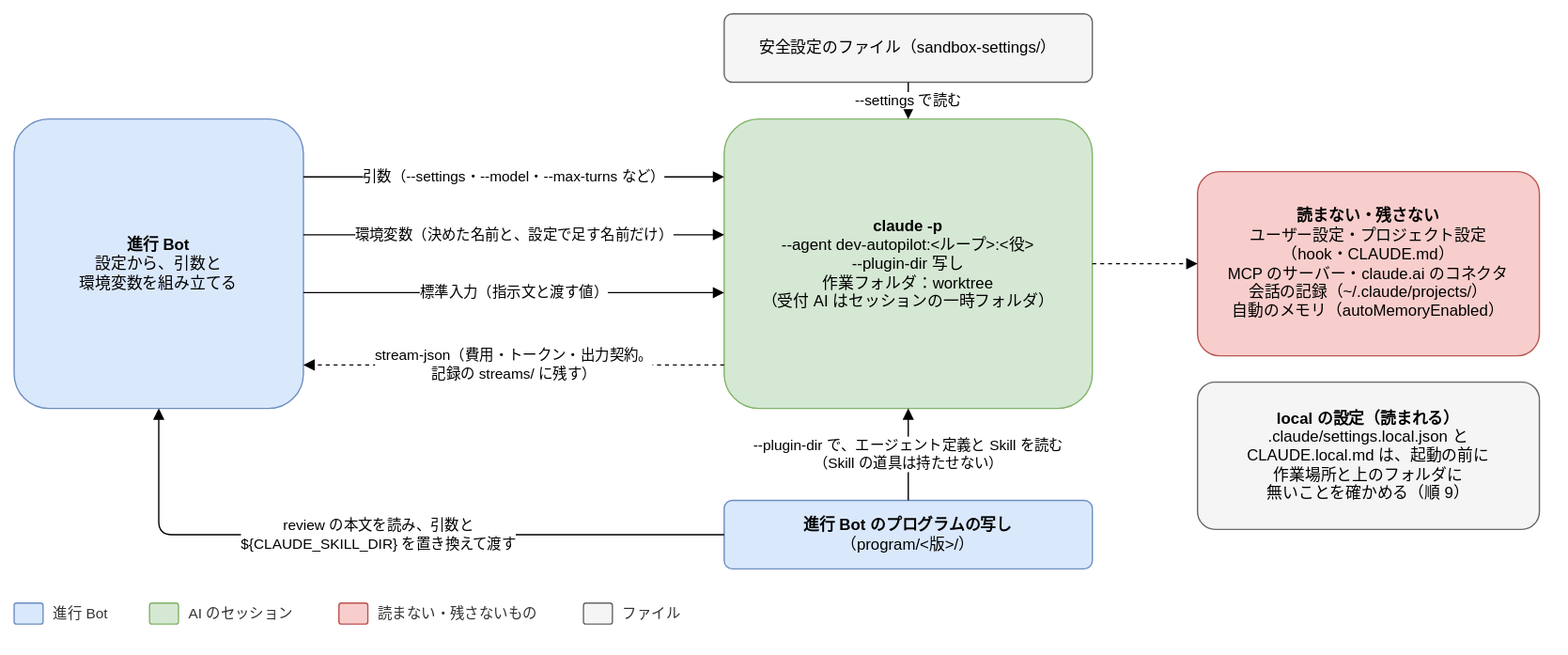
Before: docs/design/basic/diagrams/03-launch.drawio.svg, a diagram exported from draw.io (Joymerrevent/dev-autopilot). Source tidied: cells renumbered, new cells last; positions are measured from the earlier drawing's top-left corner, leaving out a move shared by most shapes.
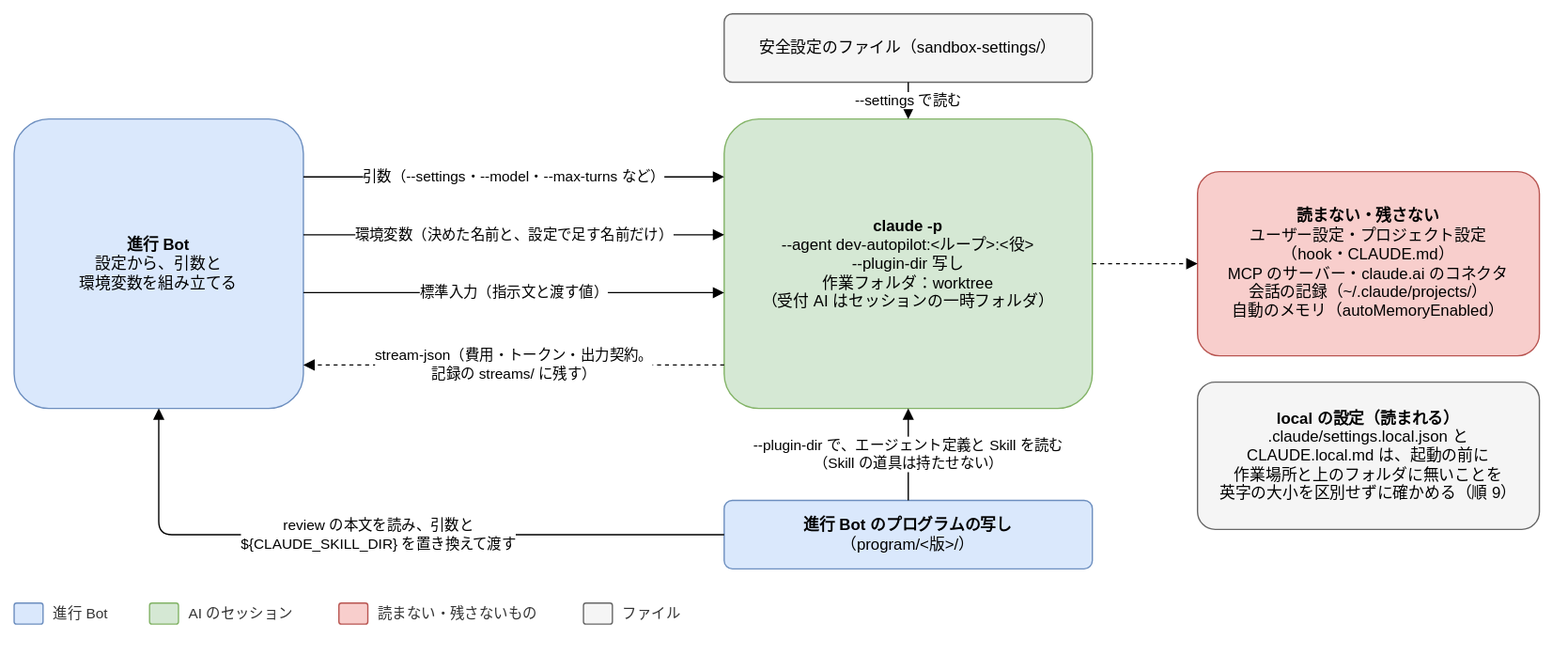
Later version of the same file.

Diff of the diagram source:
```diff
@@ -65,7 +65,7 @@
     <mxCell id="22" value="review の本文を読み、引数と&lt;br&gt;${CLAUDE_SKILL_DIR} を置き換えて渡す" style="edgeStyle=orthogonalEdgeStyle;rounded=1;html=1;endArrow=block;endFill=1;fontSize=11;labelBackgroundColor=#ffffff;exitX=0;exitY=0.5;exitDx=0;exitDy=0;entryX=0.5;entryY=1;entryDx=0;entryDy=0;" parent="1" edge="1" source="12" target="2">
       <mxGeometry relative="1" as="geometry" />
     </mxCell>
-    <mxCell id="23" value="&lt;b&gt;local の設定（読まれる）&lt;/b&gt;&lt;br&gt;.claude/settings.local.json と&lt;br&gt;CLAUDE.local.md は、起動の前に&lt;br&gt;作業場所と上のフォルダに&lt;br&gt;無いことを確かめる（順 9）" style="rounded=1;whiteSpace=wrap;html=1;fontSize=12;arcSize=12;spacing=12;fillColor=#f5f5f5;strokeColor=#666666;" parent="1" vertex="1">
+    <mxCell id="23" value="&lt;b&gt;local の設定（読まれる）&lt;/b&gt;&lt;br&gt;.claude/settings.local.json と&lt;br&gt;CLAUDE.local.md は、起動の前に&lt;br&gt;作業場所と上のフォルダに無いことを&lt;br&gt;英字の大小を区別せずに確かめる（順 9）" style="rounded=1;whiteSpace=wrap;html=1;fontSize=12;arcSize=12;spacing=12;fillColor=#f5f5f5;strokeColor=#666666;" parent="1" vertex="1">
       <mxGeometry x="900" y="280" width="260" height="112" as="geometry" />
     </mxCell>
   </root>
```
